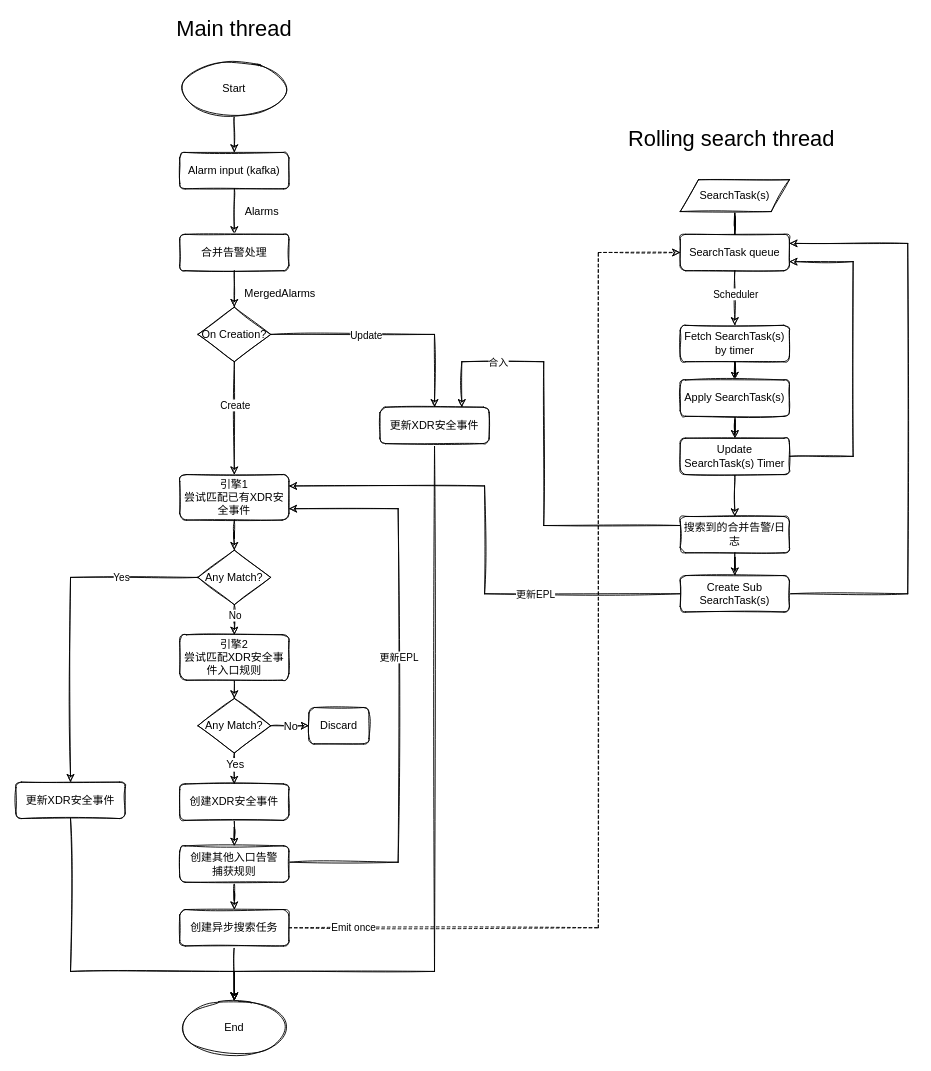
The draw.io diagram Brain2.0-xdr-incident-flow.drawio in popvlovs/popvlovs-repository, before the edit. Source tidied: cells renumbered, new cells numbered last; positions are measured from the earlier drawing's top-left corner, leaving out a move shared by most shapes. Both pictures are drawn from the tidied source at 91%, with x=0, y=0 at pixel (15, 15).
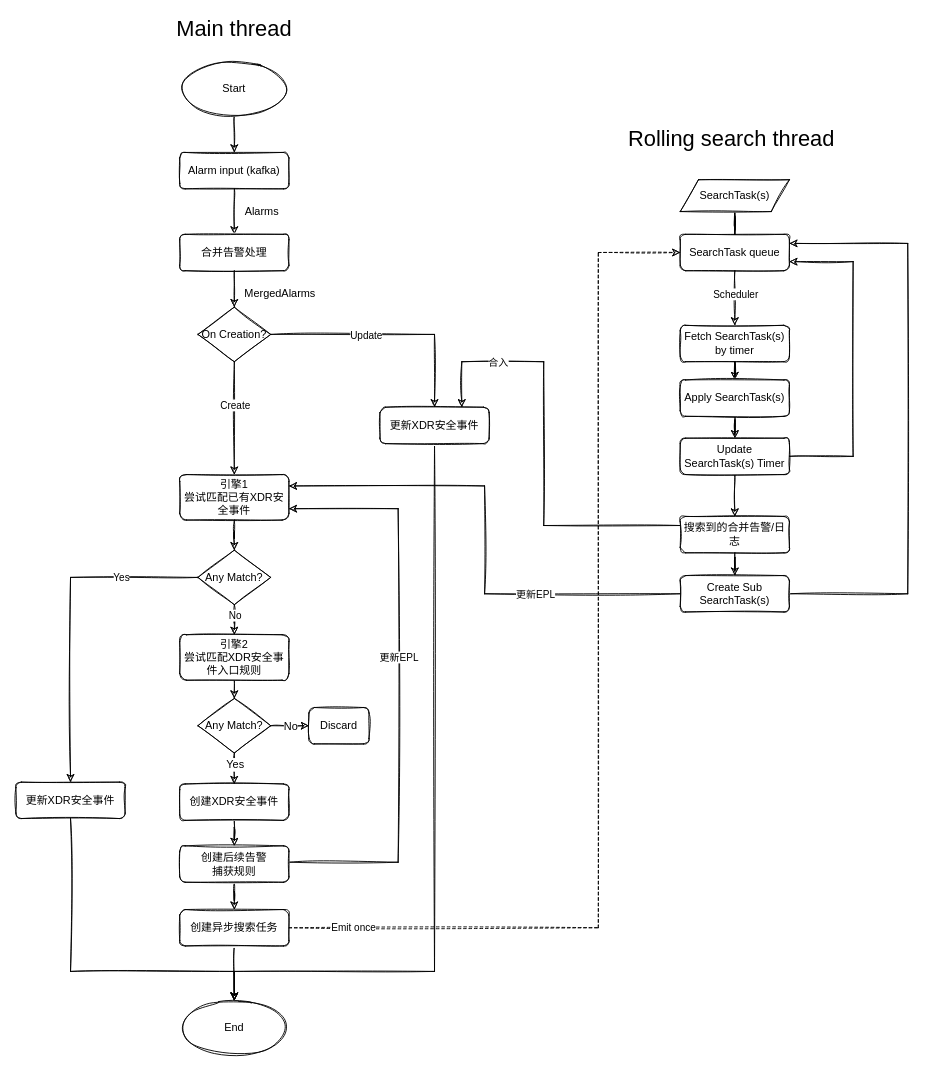
The same diagram, later.

The edit, as a diff of the source:
```diff
@@
-    <mxCell id="36" value="创建其他入口告警&lt;br&gt;捕获规则" style="rounded=1;whiteSpace=wrap;html=1;fontSize=12;glass=0;strokeWidth=1;shadow=0;sketch=1;" parent="1" vertex="1">
+    <mxCell id="36" value="创建后续告警&lt;br&gt;捕获规则" style="rounded=1;whiteSpace=wrap;html=1;fontSize=12;glass=0;strokeWidth=1;shadow=0;sketch=1;" parent="1" vertex="1">
       <mxGeometry x="180" y="912" width="120" height="40" as="geometry" />
     </mxCell>
```
